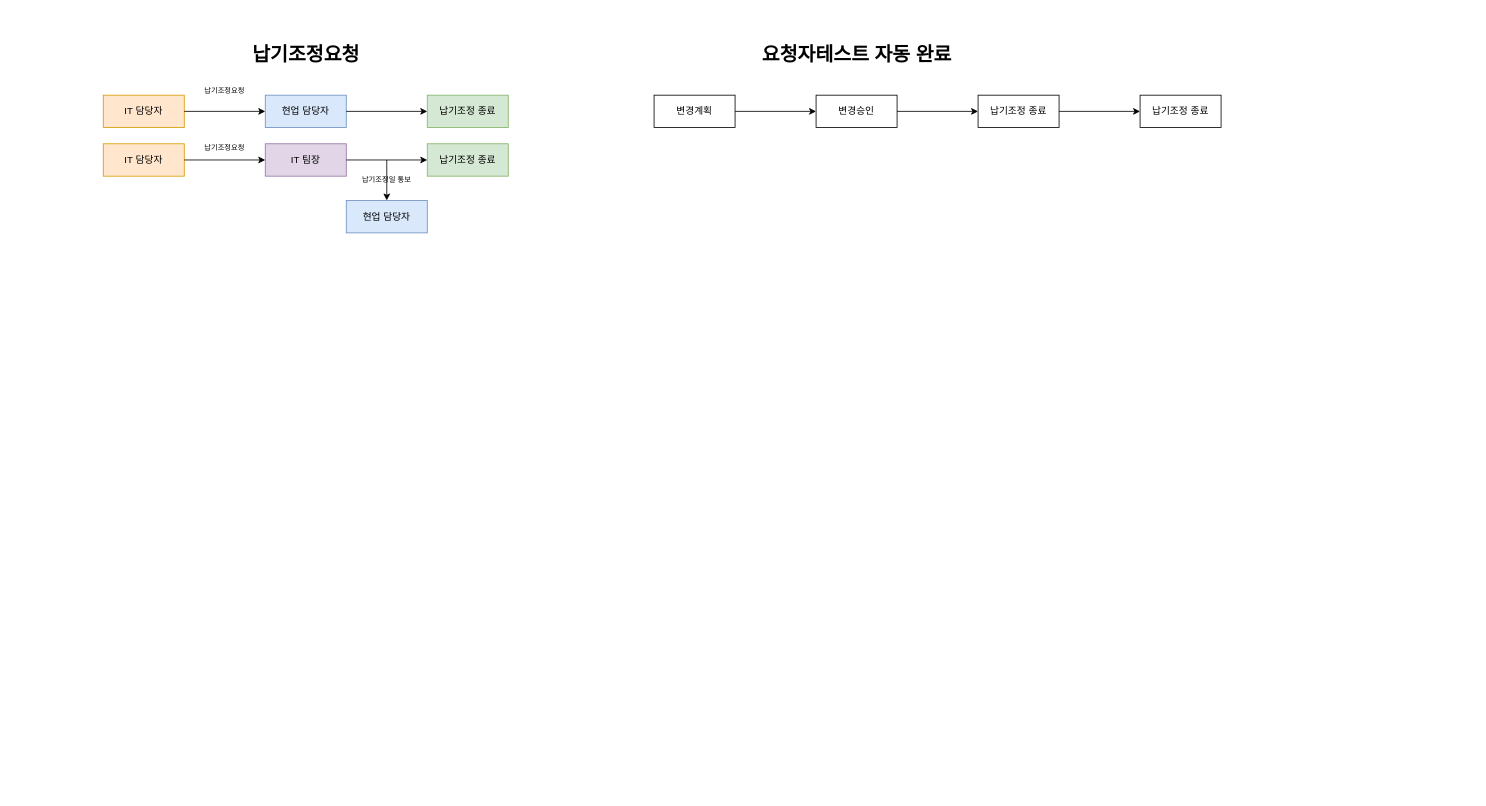
Before: 제목 없는 다이어그램.drawio in eoaud0012/Diagram, a draw.io diagram. Source tidied: cells renumbered, new cells numbered last; positions are measured from the earlier drawing's top-left corner, leaving out a move shared by most shapes. Both pictures are drawn from the tidied source at 81%, with x=0, y=0 at pixel (103, 38).
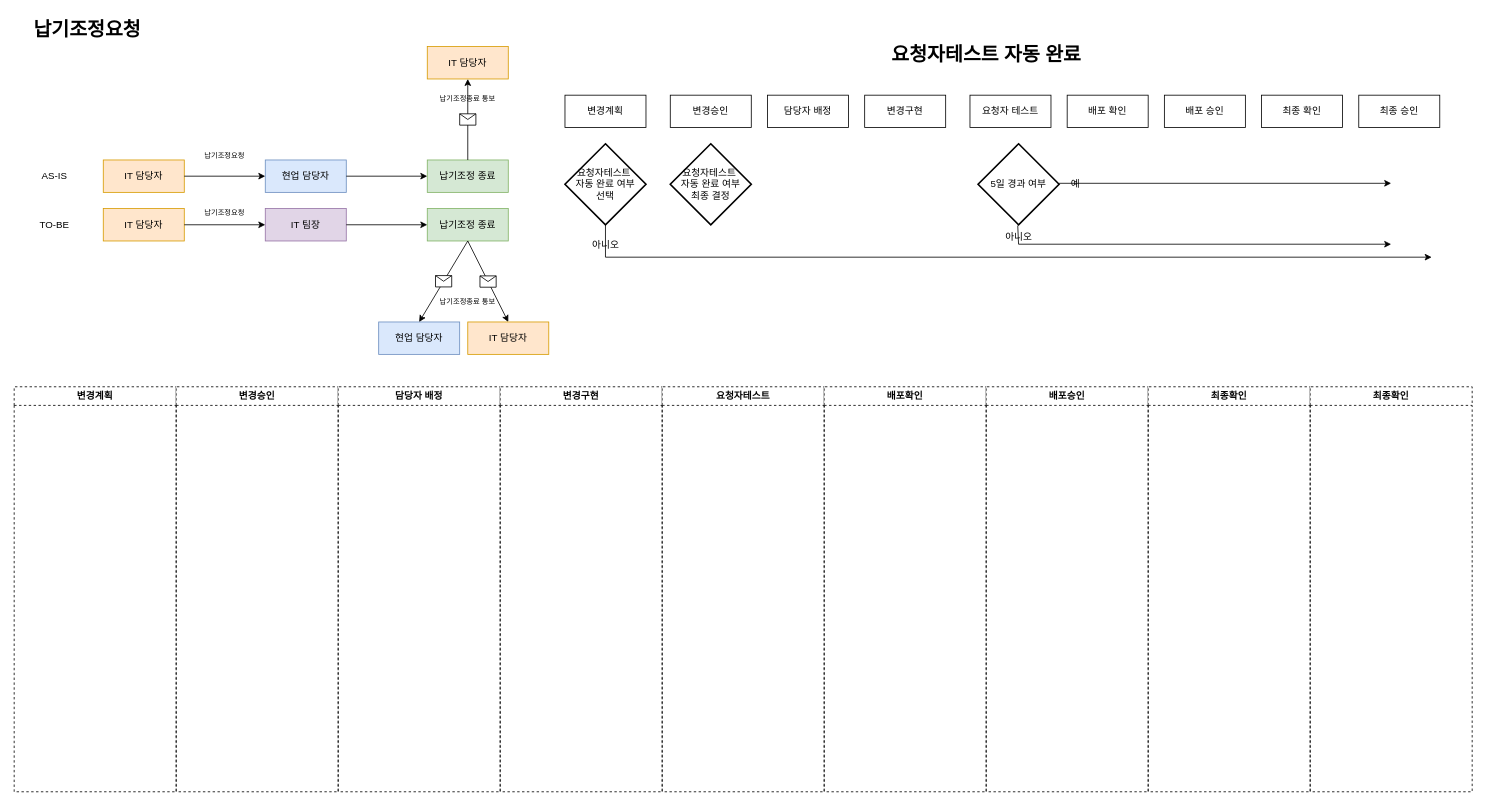
After the change.

Commit message:
제목 없는 다이어그램.drawio 업데이트(2304041642)

The edit, as a diff of the source:
```diff
@@
-    <mxCell id="2" value="IT 담당자" style="whiteSpace=wrap;html=1;fillColor=#ffe6cc;strokeColor=#d79b00;" parent="1" vertex="1">
-      <mxGeometry y="70" width="100" height="40" as="geometry" />
+    <mxCell id="2" value="IT 담당자" style="whiteSpace=wrap;html=1;fillColor=#ffe6cc;strokeColor=#d79b00;fontColor=#000000;" parent="1" vertex="1">
+      <mxGeometry y="150" width="100" height="40" as="geometry" />
     </mxCell>
-    <mxCell id="3" value="현업 담당자" style="whiteSpace=wrap;html=1;fillColor=#dae8fc;strokeColor=#6c8ebf;" parent="1" vertex="1">
-      <mxGeometry x="200" y="70" width="100" height="40" as="geometry" />
+    <mxCell id="3" value="현업 담당자" style="whiteSpace=wrap;html=1;fillColor=#dae8fc;strokeColor=#6c8ebf;fontColor=#000000;" parent="1" vertex="1">
+      <mxGeometry x="200" y="150" width="100" height="40" as="geometry" />
     </mxCell>
@@
-    <mxCell id="5" value="IT 담당자" style="whiteSpace=wrap;html=1;fillColor=#ffe6cc;strokeColor=#d79b00;" parent="1" vertex="1">
-      <mxGeometry y="130" width="100" height="40" as="geometry" />
+    <mxCell id="5" value="IT 담당자" style="whiteSpace=wrap;html=1;fillColor=#ffe6cc;strokeColor=#d79b00;fontColor=#000000;" parent="1" vertex="1">
+      <mxGeometry y="210" width="100" height="40" as="geometry" />
     </mxCell>
-    <mxCell id="6" value="IT 팀장" style="whiteSpace=wrap;html=1;fillColor=#e1d5e7;strokeColor=#9673a6;" parent="1" vertex="1">
-      <mxGeometry x="200" y="130" width="100" height="40" as="geometry" />
+    <mxCell id="6" value="IT 팀장" style="whiteSpace=wrap;html=1;fillColor=#e1d5e7;strokeColor=#9673a6;fontColor=#000000;" parent="1" vertex="1">
+      <mxGeometry x="200" y="210" width="100" height="40" as="geometry" />
     </mxCell>
@@
-    <mxCell id="8" value="납기조정 종료" style="whiteSpace=wrap;html=1;fillColor=#d5e8d4;strokeColor=#82b366;" parent="1" vertex="1">
-      <mxGeometry x="400" y="130" width="100" height="40" as="geometry" />
+    <mxCell id="8" value="납기조정 종료" style="whiteSpace=wrap;html=1;fillColor=#d5e8d4;strokeColor=#82b366;fontColor=#000000;" parent="1" vertex="1">
+      <mxGeometry x="400" y="210" width="100" height="40" as="geometry" />
     </mxCell>
     <mxCell id="9" style="html=1;rounded=1;curved=0;sourcePerimeterSpacing=0;targetPerimeterSpacing=0;startSize=6;endSize=6;noEdgeStyle=1;orthogonal=1;entryX=0;entryY=0.5;entryDx=0;entryDy=0;" parent="1" edge="1" target="8">
       <mxGeometry relative="1" as="geometry">
-        <mxPoint x="300" y="150" as="sourcePoint" />
+        <mxPoint x="300" y="230" as="sourcePoint" />
       </mxGeometry>
     </mxCell>
-    <mxCell id="10" value="납기조정 종료" style="whiteSpace=wrap;html=1;fillColor=#d5e8d4;strokeColor=#82b366;" parent="1" vertex="1">
-      <mxGeometry x="400" y="70" width="100" height="40" as="geometry" />
+    <mxCell id="10" value="납기조정 종료" style="whiteSpace=wrap;html=1;fillColor=#d5e8d4;strokeColor=#82b366;fontColor=#000000;" parent="1" vertex="1">
+      <mxGeometry x="400" y="150" width="100" height="40" as="geometry" />
     </mxCell>
-    <mxCell id="11" value="납기조정요청" style="text;html=1;strokeColor=none;fillColor=none;align=center;verticalAlign=middle;whiteSpace=wrap;rounded=0;fontSize=9;" parent="1" vertex="1">
-      <mxGeometry x="100" y="50" width="100" height="30" as="geometry" />
+    <mxCell id="11" value="납기조정요청" style="text;html=1;strokeColor=none;fillColor=none;align=center;verticalAlign=middle;whiteSpace=wrap;rounded=0;fontSize=9;fontColor=#000000;" parent="1" vertex="1">
+      <mxGeometry x="100" y="130" width="100" height="30" as="geometry" />
     </mxCell>
     <mxCell id="12" style="html=1;rounded=1;curved=0;sourcePerimeterSpacing=0;targetPerimeterSpacing=0;startSize=6;endSize=6;noEdgeStyle=1;orthogonal=1;entryX=0;entryY=0.5;entryDx=0;entryDy=0;" parent="1" edge="1">
       <mxGeometry relative="1" as="geometry">
-        <mxPoint x="300" y="90" as="sourcePoint" />
-        <mxPoint x="400" y="90" as="targetPoint" />
+        <mxPoint x="300" y="170" as="sourcePoint" />
+        <mxPoint x="400" y="170" as="targetPoint" />
       </mxGeometry>
     </mxCell>
-    <mxCell id="13" value="납기조정요청" style="text;html=1;strokeColor=none;fillColor=none;align=center;verticalAlign=middle;whiteSpace=wrap;rounded=0;fontSize=9;" parent="1" vertex="1">
-      <mxGeometry x="100" y="120" width="100" height="30" as="geometry" />
+    <mxCell id="13" value="납기조정요청" style="text;html=1;strokeColor=none;fillColor=none;align=center;verticalAlign=middle;whiteSpace=wrap;rounded=0;fontSize=9;fontColor=#000000;" parent="1" vertex="1">
+      <mxGeometry x="100" y="200" width="100" height="30" as="geometry" />
     </mxCell>
-    <mxCell id="14" value="납기조정일 통보" style="text;html=1;strokeColor=none;fillColor=none;align=center;verticalAlign=middle;whiteSpace=wrap;rounded=0;fontSize=9;" parent="1" vertex="1">
-      <mxGeometry x="300" y="160" width="100" height="30" as="geometry" />
-    </mxCell>
-    <mxCell id="15" value="현업 담당자" style="whiteSpace=wrap;html=1;fillColor=#dae8fc;strokeColor=#6c8ebf;" parent="1" vertex="1">
-      <mxGeometry x="300" y="200" width="100" height="40" as="geometry" />
+    <mxCell id="15" value="현업 담당자" style="whiteSpace=wrap;html=1;fillColor=#dae8fc;strokeColor=#6c8ebf;fontColor=#000000;" parent="1" vertex="1">
+      <mxGeometry x="340" y="350" width="100" height="40" as="geometry" />
     </mxCell>
-    <mxCell id="16" style="html=1;rounded=1;curved=0;sourcePerimeterSpacing=0;targetPerimeterSpacing=0;startSize=6;endSize=6;noEdgeStyle=1;orthogonal=1;entryX=0.5;entryY=0;entryDx=0;entryDy=0;" parent="1" edge="1" target="15">
-      <mxGeometry relative="1" as="geometry">
-        <mxPoint x="350" y="150" as="sourcePoint" />
-      </mxGeometry>
-    </mxCell>
     <mxCell id="17" value="납기조정요청" style="text;strokeColor=none;fillColor=none;html=1;fontSize=24;fontStyle=1;verticalAlign=middle;align=center;" parent="1" vertex="1">
-      <mxGeometry x="200" width="100" height="40" as="geometry" />
+      <mxGeometry x="-70" y="-30" width="100" height="40" as="geometry" />
     </mxCell>
     <mxCell id="18" value="요청자테스트 자동 완료" style="text;strokeColor=none;fillColor=none;html=1;fontSize=24;fontStyle=1;verticalAlign=middle;align=center;" parent="1" vertex="1">
-      <mxGeometry x="880" width="100" height="40" as="geometry" />
+      <mxGeometry x="1040" width="100" height="40" as="geometry" />
     </mxCell>
     <mxCell id="19" value="변경계획" style="whiteSpace=wrap;html=1;" parent="1" vertex="1">
-      <mxGeometry x="680" y="70" width="100" height="40" as="geometry" />
+      <mxGeometry x="570" y="70" width="100" height="40" as="geometry" />
     </mxCell>
     <mxCell id="20" value="변경승인" style="whiteSpace=wrap;html=1;" parent="1" vertex="1">
-      <mxGeometry x="880" y="70" width="100" height="40" as="geometry" />
+      <mxGeometry x="700" y="70" width="100" height="40" as="geometry" />
     </mxCell>
-    <mxCell id="21" style="html=1;rounded=1;curved=0;sourcePerimeterSpacing=0;targetPerimeterSpacing=0;startSize=6;endSize=6;noEdgeStyle=1;orthogonal=1;entryX=0;entryY=0.5;entryDx=0;entryDy=0;" parent="1" edge="1" source="19" target="20">
-      <mxGeometry relative="1" as="geometry" />
-    </mxCell>
-    <mxCell id="22" value="납기조정 종료" style="whiteSpace=wrap;html=1;" parent="1" vertex="1">
-      <mxGeometry x="1080" y="70" width="100" height="40" as="geometry" />
+    <mxCell id="22" value="담당자 배정" style="whiteSpace=wrap;html=1;" parent="1" vertex="1">
+      <mxGeometry x="820" y="70" width="100" height="40" as="geometry" />
     </mxCell>
-    <mxCell id="23" style="html=1;rounded=1;curved=0;sourcePerimeterSpacing=0;targetPerimeterSpacing=0;startSize=6;endSize=6;noEdgeStyle=1;orthogonal=1;entryX=0;entryY=0.5;entryDx=0;entryDy=0;" parent="1" edge="1">
-      <mxGeometry relative="1" as="geometry">
-        <mxPoint x="980" y="90" as="sourcePoint" />
-        <mxPoint x="1080" y="90" as="targetPoint" />
-      </mxGeometry>
-    </mxCell>
-    <mxCell id="24" value="납기조정 종료" style="whiteSpace=wrap;html=1;" parent="1" vertex="1">
-      <mxGeometry x="1280" y="70" width="100" height="40" as="geometry" />
+    <mxCell id="24" value="변경구현" style="whiteSpace=wrap;html=1;" parent="1" vertex="1">
+      <mxGeometry x="940" y="70" width="100" height="40" as="geometry" />
     </mxCell>
-    <mxCell id="25" style="html=1;rounded=1;curved=0;sourcePerimeterSpacing=0;targetPerimeterSpacing=0;startSize=6;endSize=6;noEdgeStyle=1;orthogonal=1;entryX=0;entryY=0.5;entryDx=0;entryDy=0;" parent="1" edge="1">
-      <mxGeometry relative="1" as="geometry">
-        <mxPoint x="1180" y="90" as="sourcePoint" />
-        <mxPoint x="1280" y="90" as="targetPoint" />
-      </mxGeometry>
-    </mxCell>
+    <mxCell id="26" value="요청자 테스트" style="whiteSpace=wrap;html=1;" parent="1" vertex="1">
+      <mxGeometry x="1070" y="70" width="100" height="40" as="geometry" />
+    </mxCell>
+    <mxCell id="27" value="배포 확인" style="whiteSpace=wrap;html=1;" parent="1" vertex="1">
+      <mxGeometry x="1190" y="70" width="100" height="40" as="geometry" />
+    </mxCell>
+    <mxCell id="28" value="배포 승인" style="whiteSpace=wrap;html=1;" parent="1" vertex="1">
+      <mxGeometry x="1310" y="70" width="100" height="40" as="geometry" />
+    </mxCell>
+    <mxCell id="29" value="최종 확인" style="whiteSpace=wrap;html=1;" parent="1" vertex="1">
+      <mxGeometry x="1430" y="70" width="100" height="40" as="geometry" />
+    </mxCell>
+    <mxCell id="30" value="최종 승인" style="whiteSpace=wrap;html=1;" parent="1" vertex="1">
+      <mxGeometry x="1550" y="70" width="100" height="40" as="geometry" />
+    </mxCell>
+    <mxCell id="31" value="요청자테스트&amp;nbsp;&lt;br&gt;자동 완료 여부 &lt;br&gt;선택" style="strokeWidth=2;html=1;shape=mxgraph.flowchart.decision;whiteSpace=wrap;" parent="1" vertex="1">
+      <mxGeometry x="570" y="130" width="100" height="100" as="geometry" />
+    </mxCell>
+    <mxCell id="32" style="edgeStyle=segmentEdgeStyle;endArrow=classic;html=1;curved=0;rounded=0;endSize=6;startSize=6;exitX=0.5;exitY=1;exitDx=0;exitDy=0;exitPerimeter=0;" parent="1" edge="1" source="31">
+      <mxGeometry relative="1" as="geometry">
+        <mxPoint x="1640" y="270" as="targetPoint" />
+        <Array as="points">
+          <mxPoint x="620" y="270" />
+          <mxPoint x="1640" y="270" />
+        </Array>
+      </mxGeometry>
+    </mxCell>
+    <mxCell id="33" value="아니오" style="text;html=1;align=center;verticalAlign=middle;strokeColor=none;fillColor=none;" parent="1" vertex="1">
+      <mxGeometry x="590" y="240" width="60" height="30" as="geometry" />
+    </mxCell>
+    <mxCell id="34" value="5일 경과 여부" style="strokeWidth=2;html=1;shape=mxgraph.flowchart.decision;whiteSpace=wrap;" parent="1" vertex="1">
+      <mxGeometry x="1080" y="130" width="100" height="100" as="geometry" />
+    </mxCell>
+    <mxCell id="35" style="endArrow=classic;html=1;rounded=0;exitX=1;exitY=0.5;exitDx=0;exitDy=0;exitPerimeter=0;entryX=0;entryY=0.5;entryDx=0;entryDy=0;entryPerimeter=0;" parent="1" edge="1">
+      <mxGeometry relative="1" as="geometry">
+        <mxPoint x="1180" y="178.8" as="sourcePoint" />
+        <mxPoint x="1590" y="178.8" as="targetPoint" />
+      </mxGeometry>
+    </mxCell>
+    <mxCell id="36" value="예" style="text;html=1;align=center;verticalAlign=middle;strokeColor=none;fillColor=none;" parent="1" vertex="1">
+      <mxGeometry x="1180" y="165" width="40" height="30" as="geometry" />
+    </mxCell>
+    <mxCell id="37" value="아니오" style="text;html=1;align=center;verticalAlign=middle;points=[];strokeColor=none;fillColor=none;" parent="1" vertex="1">
+      <mxGeometry x="1100" y="230" width="60" height="30" as="geometry" />
+    </mxCell>
+    <mxCell id="38" style="endArrow=classic;html=1;rounded=0;exitX=0.483;exitY=0.031;exitDx=0;exitDy=0;exitPerimeter=0;" parent="1" edge="1" source="37">
+      <mxGeometry relative="1" as="geometry">
+        <mxPoint x="1590" y="254" as="targetPoint" />
+        <Array as="points">
+          <mxPoint x="1130" y="254" />
+        </Array>
+      </mxGeometry>
+    </mxCell>
+    <mxCell id="39" value="AS-IS" style="text;html=1;strokeColor=none;fillColor=none;align=center;verticalAlign=middle;whiteSpace=wrap;rounded=0;" parent="1" vertex="1">
+      <mxGeometry x="-90" y="155" width="60" height="30" as="geometry" />
+    </mxCell>
+    <mxCell id="40" value="TO-BE" style="text;html=1;strokeColor=none;fillColor=none;align=center;verticalAlign=middle;whiteSpace=wrap;rounded=0;" parent="1" vertex="1">
+      <mxGeometry x="-90" y="215" width="60" height="30" as="geometry" />
+    </mxCell>
+    <mxCell id="41" value="요청자테스트&amp;nbsp;&lt;br&gt;자동 완료 여부 &lt;br&gt;최종 결정" style="strokeWidth=2;html=1;shape=mxgraph.flowchart.decision;whiteSpace=wrap;" parent="1" vertex="1">
+      <mxGeometry x="700" y="130" width="100" height="100" as="geometry" />
+    </mxCell>
+    <mxCell id="42" style="endArrow=classic;html=1;rounded=0;entryX=0.5;entryY=0;entryDx=0;entryDy=0;" parent="1" edge="1" target="44">
+      <mxGeometry relative="1" as="geometry">
+        <mxPoint x="450" y="250" as="sourcePoint" />
+      </mxGeometry>
+    </mxCell>
+    <mxCell id="43" style="shape=message;html=1;" parent="42" vertex="1">
+      <mxGeometry width="20" height="14" relative="1" as="geometry">
+        <mxPoint x="-10" y="-7" as="offset" />
+      </mxGeometry>
+    </mxCell>
+    <mxCell id="14" value="납기조정종료 통보" style="text;html=1;strokeColor=none;fillColor=none;align=center;verticalAlign=middle;whiteSpace=wrap;rounded=0;fontSize=9;fontColor=#000000;" parent="1" vertex="1">
+      <mxGeometry x="400" y="310" width="100" height="30" as="geometry" />
+    </mxCell>
+    <mxCell id="44" value="IT 담당자" style="whiteSpace=wrap;html=1;fillColor=#ffe6cc;strokeColor=#d79b00;fontColor=#000000;" parent="1" vertex="1">
+      <mxGeometry x="450" y="350" width="100" height="40" as="geometry" />
+    </mxCell>
+    <mxCell id="45" style="endArrow=classic;html=1;rounded=0;entryX=0.5;entryY=0;entryDx=0;entryDy=0;" parent="1" edge="1" target="15">
+      <mxGeometry relative="1" as="geometry">
+        <mxPoint x="450" y="250" as="sourcePoint" />
+      </mxGeometry>
+    </mxCell>
+    <mxCell id="46" style="shape=message;html=1;" parent="45" vertex="1">
+      <mxGeometry width="20" height="14" relative="1" as="geometry">
+        <mxPoint x="-10" y="-7" as="offset" />
+      </mxGeometry>
+    </mxCell>
+    <mxCell id="47" value="IT 담당자" style="whiteSpace=wrap;html=1;fillColor=#ffe6cc;strokeColor=#d79b00;fontColor=#000000;" parent="1" vertex="1">
+      <mxGeometry x="400" y="10" width="100" height="40" as="geometry" />
+    </mxCell>
+    <mxCell id="48" style="endArrow=classic;html=1;rounded=0;entryX=0.5;entryY=1;entryDx=0;entryDy=0;exitX=0.5;exitY=0;exitDx=0;exitDy=0;" parent="1" edge="1" source="10" target="47">
+      <mxGeometry relative="1" as="geometry" />
+    </mxCell>
+    <mxCell id="49" style="shape=message;html=1;" parent="48" vertex="1">
+      <mxGeometry width="20" height="14" relative="1" as="geometry">
+        <mxPoint x="-10" y="-7" as="offset" />
+      </mxGeometry>
+    </mxCell>
+    <mxCell id="50" value="납기조정종료 통보" style="text;html=1;strokeColor=none;fillColor=none;align=center;verticalAlign=middle;whiteSpace=wrap;rounded=0;fontSize=9;fontColor=#000000;" parent="1" vertex="1">
+      <mxGeometry x="400" y="60" width="100" height="30" as="geometry" />
+    </mxCell>
+    <mxCell id="51" value="변경계획" style="swimlane;whiteSpace=wrap;html=1;dashed=1;" parent="1" vertex="1">
+      <mxGeometry x="-110" y="430" width="200" height="500" as="geometry" />
+    </mxCell>
+    <mxCell id="52" value="변경승인" style="swimlane;whiteSpace=wrap;html=1;dashed=1;startSize=23;" parent="1" vertex="1">
+      <mxGeometry x="90" y="430" width="200" height="500" as="geometry" />
+    </mxCell>
+    <mxCell id="53" value="담당자 배정" style="swimlane;whiteSpace=wrap;html=1;dashed=1;" parent="1" vertex="1">
+      <mxGeometry x="290" y="430" width="200" height="500" as="geometry" />
+    </mxCell>
+    <mxCell id="54" value="변경구현" style="swimlane;whiteSpace=wrap;html=1;dashed=1;" parent="1" vertex="1">
+      <mxGeometry x="490" y="430" width="200" height="500" as="geometry" />
+    </mxCell>
+    <mxCell id="55" value="요청자테스트" style="swimlane;whiteSpace=wrap;html=1;dashed=1;startSize=23;" parent="1" vertex="1">
+      <mxGeometry x="690" y="430" width="200" height="500" as="geometry" />
+    </mxCell>
+    <mxCell id="56" value="배포확인" style="swimlane;whiteSpace=wrap;html=1;dashed=1;" parent="1" vertex="1">
+      <mxGeometry x="890" y="430" width="200" height="500" as="geometry" />
+    </mxCell>
+    <mxCell id="57" value="배포승인" style="swimlane;whiteSpace=wrap;html=1;dashed=1;startSize=23;" parent="1" vertex="1">
+      <mxGeometry x="1090" y="430" width="200" height="500" as="geometry" />
+    </mxCell>
+    <mxCell id="58" value="최종확인" style="swimlane;whiteSpace=wrap;html=1;dashed=1;" parent="1" vertex="1">
+      <mxGeometry x="1290" y="430" width="200" height="500" as="geometry" />
+    </mxCell>
+    <mxCell id="59" value="최종확인" style="swimlane;whiteSpace=wrap;html=1;dashed=1;" parent="1" vertex="1">
+      <mxGeometry x="1490" y="430" width="200" height="500" as="geometry" />
+    </mxCell>
```
